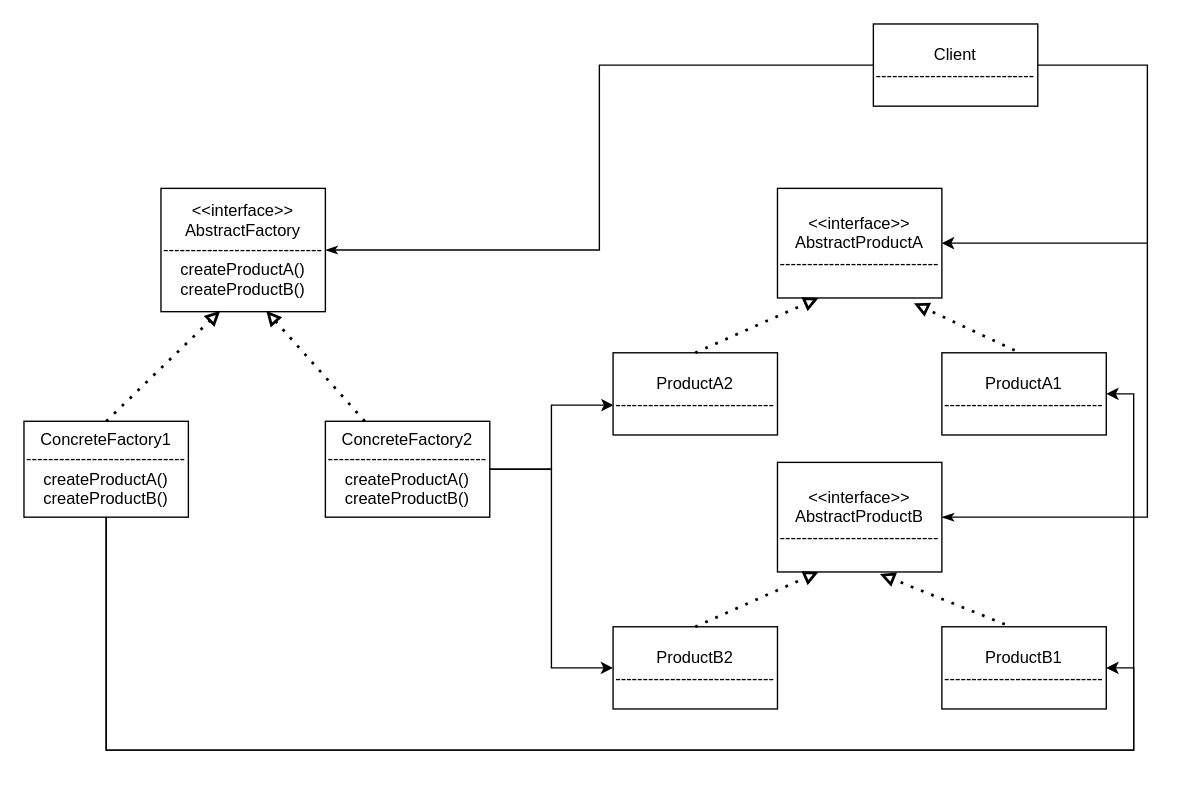
The draw.io diagram AbstractFactory.drawio in titcoi-eastlaos/diagrams-, before the edit. Source tidied: cells renumbered, new cells numbered last; positions are measured from the earlier drawing's top-left corner, leaving out a move shared by most shapes. Both pictures are drawn from the tidied source at 137%, with x=0, y=0 at pixel (23, 23).
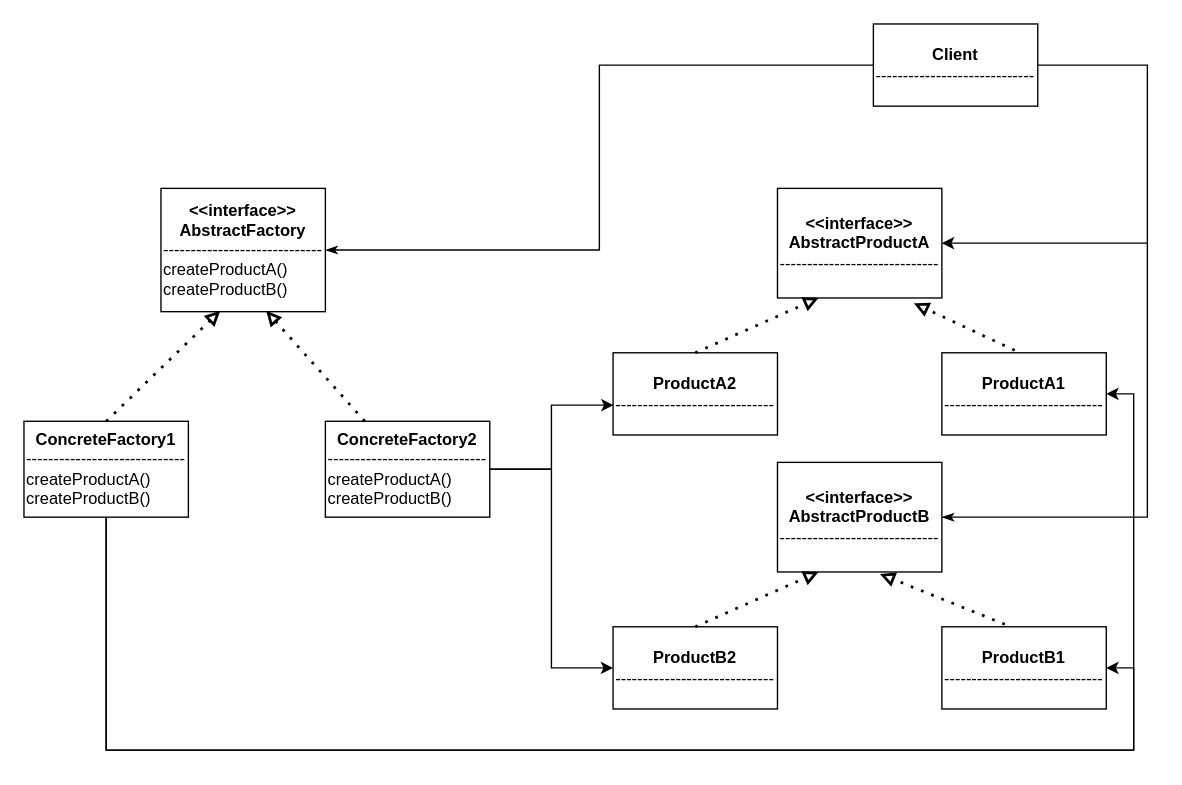
After the change.

Change to the diagram source:
```diff
@@
-    <mxCell id="2" value="&amp;lt;&amp;lt;interface&amp;gt;&amp;gt;&lt;br&gt;AbstractFactory&lt;br&gt;-----------------------------&lt;br&gt;createProductA()&lt;br&gt;createProductB()&lt;br&gt;" style="rounded=0;whiteSpace=wrap;html=1;" parent="1" vertex="1">
+    <mxCell id="2" value="&lt;b&gt;&amp;lt;&amp;lt;interface&amp;gt;&amp;gt;&lt;br&gt;AbstractFactory&lt;/b&gt;&lt;br&gt;-----------------------------&lt;br&gt;&lt;div style=&quot;text-align: left&quot;&gt;&lt;span&gt;createProductA()&lt;/span&gt;&lt;/div&gt;&lt;div style=&quot;text-align: left&quot;&gt;&lt;span&gt;createProductB()&lt;/span&gt;&lt;/div&gt;" style="rounded=0;whiteSpace=wrap;html=1;align=center;" parent="1" vertex="1">
       <mxGeometry x="100" y="120" width="120" height="90" as="geometry" />
     </mxCell>
-    <mxCell id="3" style="edgeStyle=orthogonalEdgeStyle;rounded=0;jettySize=auto;html=1;exitX=0.5;exitY=1;exitDx=0;exitDy=0;entryX=1;entryY=0.5;entryDx=0;entryDy=0;startArrow=none;startFill=0;endArrow=classic;endFill=1;" parent="1" edge="1" source="5" target="18">
+    <mxCell id="3" style="edgeStyle=orthogonalEdgeStyle;rounded=0;jettySize=auto;html=1;exitX=0.5;exitY=1;exitDx=0;exitDy=0;entryX=1;entryY=0.5;entryDx=0;entryDy=0;startArrow=none;startFill=0;endArrow=classic;endFill=1;align=center;" parent="1" edge="1" source="5" target="18">
       <mxGeometry relative="1" as="geometry">
         <Array as="points">
           <mxPoint x="60" y="530" />
           <mxPoint x="810" y="530" />
           <mxPoint x="810" y="470" />
         </Array>
       </mxGeometry>
     </mxCell>
-    <mxCell id="4" style="edgeStyle=orthogonalEdgeStyle;rounded=0;jettySize=auto;html=1;exitX=0.5;exitY=1;exitDx=0;exitDy=0;entryX=1;entryY=0.5;entryDx=0;entryDy=0;startArrow=none;startFill=0;endArrow=classic;endFill=1;" parent="1" edge="1" source="5" target="12">
+    <mxCell id="4" style="edgeStyle=orthogonalEdgeStyle;rounded=0;jettySize=auto;html=1;exitX=0.5;exitY=1;exitDx=0;exitDy=0;entryX=1;entryY=0.5;entryDx=0;entryDy=0;startArrow=none;startFill=0;endArrow=classic;endFill=1;align=center;" parent="1" edge="1" source="5" target="12">
       <mxGeometry relative="1" as="geometry">
         <Array as="points">
           <mxPoint x="60" y="530" />
           <mxPoint x="810" y="530" />
           <mxPoint x="810" y="270" />
         </Array>
       </mxGeometry>
     </mxCell>
-    <mxCell id="5" value="ConcreteFactory1&lt;br&gt;-----------------------------&lt;br&gt;createProductA()&lt;br&gt;createProductB()&lt;br&gt;" style="rounded=0;whiteSpace=wrap;html=1;" parent="1" vertex="1">
+    <mxCell id="5" value="&lt;b&gt;ConcreteFactory1&lt;/b&gt;&lt;br&gt;-----------------------------&lt;br&gt;&lt;div style=&quot;text-align: left&quot;&gt;&lt;span&gt;createProductA()&lt;/span&gt;&lt;/div&gt;&lt;div style=&quot;text-align: left&quot;&gt;&lt;span&gt;createProductB()&lt;/span&gt;&lt;/div&gt;" style="rounded=0;whiteSpace=wrap;html=1;align=center;" parent="1" vertex="1">
       <mxGeometry y="290" width="120" height="70" as="geometry" />
     </mxCell>
-    <mxCell id="6" style="edgeStyle=orthogonalEdgeStyle;rounded=0;jettySize=auto;html=1;exitX=0;exitY=0.5;exitDx=0;exitDy=0;entryX=1;entryY=0.5;entryDx=0;entryDy=0;endArrow=classicThin;endFill=1;" parent="1" edge="1" source="8" target="2">
+    <mxCell id="6" style="edgeStyle=orthogonalEdgeStyle;rounded=0;jettySize=auto;html=1;exitX=0;exitY=0.5;exitDx=0;exitDy=0;entryX=1;entryY=0.5;entryDx=0;entryDy=0;endArrow=classicThin;endFill=1;align=center;" parent="1" edge="1" source="8" target="2">
       <mxGeometry relative="1" as="geometry" />
     </mxCell>
-    <mxCell id="7" style="edgeStyle=orthogonalEdgeStyle;rounded=0;jettySize=auto;html=1;exitX=1;exitY=0.5;exitDx=0;exitDy=0;entryX=1;entryY=0.5;entryDx=0;entryDy=0;endArrow=classicThin;endFill=1;" parent="1" edge="1" source="8" target="16">
+    <mxCell id="7" style="edgeStyle=orthogonalEdgeStyle;rounded=0;jettySize=auto;html=1;exitX=1;exitY=0.5;exitDx=0;exitDy=0;entryX=1;entryY=0.5;entryDx=0;entryDy=0;endArrow=classicThin;endFill=1;align=center;" parent="1" edge="1" source="8" target="16">
       <mxGeometry relative="1" as="geometry">
         <Array as="points">
           <mxPoint x="820" y="30" />
           <mxPoint x="820" y="360" />
         </Array>
       </mxGeometry>
     </mxCell>
-    <mxCell id="8" value="Client&lt;br&gt;-----------------------------" style="rounded=0;whiteSpace=wrap;html=1;" parent="1" vertex="1">
+    <mxCell id="8" value="&lt;b&gt;Client&lt;/b&gt;&lt;br&gt;-----------------------------" style="rounded=0;whiteSpace=wrap;html=1;align=center;" parent="1" vertex="1">
       <mxGeometry x="620" width="120" height="60" as="geometry" />
     </mxCell>
-    <mxCell id="9" style="edgeStyle=orthogonalEdgeStyle;rounded=0;jettySize=auto;html=1;exitX=1;exitY=0.5;exitDx=0;exitDy=0;endArrow=none;endFill=0;startArrow=classic;startFill=1;" parent="1" edge="1" source="10">
+    <mxCell id="9" style="edgeStyle=orthogonalEdgeStyle;rounded=0;jettySize=auto;html=1;exitX=1;exitY=0.5;exitDx=0;exitDy=0;endArrow=none;endFill=0;startArrow=classic;startFill=1;align=center;" parent="1" edge="1" source="10">
       <mxGeometry relative="1" as="geometry">
         <mxPoint x="820" y="160" as="targetPoint" />
         <Array as="points">
           <mxPoint x="780" y="160" />
           <mxPoint x="780" y="160" />
         </Array>
       </mxGeometry>
     </mxCell>
-    <mxCell id="10" value="&amp;lt;&amp;lt;interface&amp;gt;&amp;gt;&lt;br&gt;AbstractProductA&lt;br&gt;-----------------------------&lt;br&gt;" style="rounded=0;whiteSpace=wrap;html=1;" parent="1" vertex="1">
+    <mxCell id="10" value="&lt;b&gt;&amp;lt;&amp;lt;interface&amp;gt;&amp;gt;&lt;br&gt;AbstractProductA&lt;/b&gt;&lt;br&gt;-----------------------------" style="rounded=0;whiteSpace=wrap;html=1;align=center;" parent="1" vertex="1">
       <mxGeometry x="550" y="120" width="120" height="80" as="geometry" />
     </mxCell>
-    <mxCell id="11" value="ProductA2&lt;br&gt;-----------------------------" style="rounded=0;whiteSpace=wrap;html=1;" parent="1" vertex="1">
+    <mxCell id="11" value="&lt;b&gt;ProductA2&lt;/b&gt;&lt;br&gt;-----------------------------" style="rounded=0;whiteSpace=wrap;html=1;align=center;" parent="1" vertex="1">
       <mxGeometry x="430" y="240" width="120" height="60" as="geometry" />
     </mxCell>
-    <mxCell id="12" value="ProductA1&lt;br&gt;-----------------------------" style="rounded=0;whiteSpace=wrap;html=1;" parent="1" vertex="1">
+    <mxCell id="12" value="&lt;b&gt;ProductA1&lt;br&gt;&lt;/b&gt;-----------------------------" style="rounded=0;whiteSpace=wrap;html=1;align=center;" parent="1" vertex="1">
       <mxGeometry x="670" y="240" width="120" height="60" as="geometry" />
     </mxCell>
-    <mxCell id="13" style="edgeStyle=orthogonalEdgeStyle;rounded=0;jettySize=auto;html=1;exitX=1;exitY=0.5;exitDx=0;exitDy=0;entryX=0.003;entryY=0.637;entryDx=0;entryDy=0;entryPerimeter=0;startArrow=none;startFill=0;endArrow=classic;endFill=1;" parent="1" edge="1" source="15" target="11">
+    <mxCell id="13" style="edgeStyle=orthogonalEdgeStyle;rounded=0;jettySize=auto;html=1;exitX=1;exitY=0.5;exitDx=0;exitDy=0;entryX=0.003;entryY=0.637;entryDx=0;entryDy=0;entryPerimeter=0;startArrow=none;startFill=0;endArrow=classic;endFill=1;align=center;" parent="1" edge="1" source="15" target="11">
       <mxGeometry relative="1" as="geometry">
         <Array as="points">
           <mxPoint x="385" y="325" />
           <mxPoint x="385" y="278" />
         </Array>
       </mxGeometry>
     </mxCell>
-    <mxCell id="14" style="edgeStyle=orthogonalEdgeStyle;rounded=0;jettySize=auto;html=1;exitX=1;exitY=0.5;exitDx=0;exitDy=0;entryX=0;entryY=0.5;entryDx=0;entryDy=0;startArrow=none;startFill=0;endArrow=classic;endFill=1;" parent="1" edge="1" source="15" target="17">
+    <mxCell id="14" style="edgeStyle=orthogonalEdgeStyle;rounded=0;jettySize=auto;html=1;exitX=1;exitY=0.5;exitDx=0;exitDy=0;entryX=0;entryY=0.5;entryDx=0;entryDy=0;startArrow=none;startFill=0;endArrow=classic;endFill=1;align=center;" parent="1" edge="1" source="15" target="17">
       <mxGeometry relative="1" as="geometry" />
     </mxCell>
-    <mxCell id="15" value="ConcreteFactory2&lt;br&gt;-----------------------------&lt;br&gt;createProductA()&lt;br&gt;createProductB()" style="rounded=0;whiteSpace=wrap;html=1;" parent="1" vertex="1">
+    <mxCell id="15" value="&lt;b&gt;ConcreteFactory2&lt;br&gt;&lt;/b&gt;-----------------------------&lt;br&gt;&lt;div style=&quot;text-align: left&quot;&gt;&lt;span&gt;createProductA()&lt;/span&gt;&lt;/div&gt;&lt;div style=&quot;text-align: left&quot;&gt;&lt;span&gt;createProductB()&lt;/span&gt;&lt;/div&gt;" style="rounded=0;whiteSpace=wrap;html=1;align=center;" parent="1" vertex="1">
       <mxGeometry x="220" y="290" width="120" height="70" as="geometry" />
     </mxCell>
-    <mxCell id="16" value="&amp;lt;&amp;lt;interface&amp;gt;&amp;gt;&lt;br&gt;AbstractProductB&lt;br&gt;-----------------------------" style="rounded=0;whiteSpace=wrap;html=1;" parent="1" vertex="1">
+    <mxCell id="16" value="&lt;b&gt;&amp;lt;&amp;lt;interface&amp;gt;&amp;gt;&lt;br&gt;AbstractProductB&lt;/b&gt;&lt;br&gt;-----------------------------" style="rounded=0;whiteSpace=wrap;html=1;align=center;" parent="1" vertex="1">
       <mxGeometry x="550" y="320" width="120" height="80" as="geometry" />
     </mxCell>
-    <mxCell id="17" value="ProductB2&lt;br&gt;-----------------------------" style="rounded=0;whiteSpace=wrap;html=1;" parent="1" vertex="1">
+    <mxCell id="17" value="&lt;b&gt;ProductB2&lt;/b&gt;&lt;br&gt;-----------------------------" style="rounded=0;whiteSpace=wrap;html=1;align=center;" parent="1" vertex="1">
       <mxGeometry x="430" y="440" width="120" height="60" as="geometry" />
     </mxCell>
-    <mxCell id="18" value="ProductB1&lt;br&gt;-----------------------------" style="rounded=0;whiteSpace=wrap;html=1;" parent="1" vertex="1">
+    <mxCell id="18" value="&lt;b&gt;ProductB1&lt;br&gt;&lt;/b&gt;-----------------------------" style="rounded=0;whiteSpace=wrap;html=1;align=center;" parent="1" vertex="1">
       <mxGeometry x="670" y="440" width="120" height="60" as="geometry" />
     </mxCell>
-    <mxCell id="19" style="endArrow=block;dashed=1;html=1;dashPattern=1 3;strokeWidth=2;rounded=0;exitX=0.5;exitY=0;exitDx=0;exitDy=0;entryX=0.36;entryY=0.993;entryDx=0;entryDy=0;entryPerimeter=0;endFill=0;" parent="1" edge="1" source="5" target="2">
+    <mxCell id="19" style="endArrow=block;dashed=1;html=1;dashPattern=1 3;strokeWidth=2;rounded=0;exitX=0.5;exitY=0;exitDx=0;exitDy=0;entryX=0.36;entryY=0.993;entryDx=0;entryDy=0;entryPerimeter=0;endFill=0;align=center;" parent="1" edge="1" source="5" target="2">
       <mxGeometry relative="1" as="geometry" />
     </mxCell>
-    <mxCell id="20" style="endArrow=block;dashed=1;html=1;dashPattern=1 3;strokeWidth=2;rounded=0;entryX=0.64;entryY=0.993;entryDx=0;entryDy=0;entryPerimeter=0;endFill=0;" parent="1" edge="1" source="15" target="2">
+    <mxCell id="20" style="endArrow=block;dashed=1;html=1;dashPattern=1 3;strokeWidth=2;rounded=0;entryX=0.64;entryY=0.993;entryDx=0;entryDy=0;entryPerimeter=0;endFill=0;align=center;" parent="1" edge="1" source="15" target="2">
       <mxGeometry relative="1" as="geometry" />
     </mxCell>
-    <mxCell id="21" style="endArrow=block;dashed=1;html=1;dashPattern=1 3;strokeWidth=2;rounded=0;entryX=0.25;entryY=1;entryDx=0;entryDy=0;exitX=0.5;exitY=0;exitDx=0;exitDy=0;endFill=0;" parent="1" edge="1" source="17" target="16">
+    <mxCell id="21" style="endArrow=block;dashed=1;html=1;dashPattern=1 3;strokeWidth=2;rounded=0;entryX=0.25;entryY=1;entryDx=0;entryDy=0;exitX=0.5;exitY=0;exitDx=0;exitDy=0;endFill=0;align=center;" parent="1" edge="1" source="17" target="16">
       <mxGeometry relative="1" as="geometry" />
     </mxCell>
-    <mxCell id="22" style="endArrow=block;dashed=1;html=1;dashPattern=1 3;strokeWidth=2;rounded=0;entryX=0.623;entryY=1.018;entryDx=0;entryDy=0;entryPerimeter=0;exitX=0.383;exitY=-0.03;exitDx=0;exitDy=0;exitPerimeter=0;endFill=0;" parent="1" edge="1" source="18" target="16">
+    <mxCell id="22" style="endArrow=block;dashed=1;html=1;dashPattern=1 3;strokeWidth=2;rounded=0;entryX=0.623;entryY=1.018;entryDx=0;entryDy=0;entryPerimeter=0;exitX=0.383;exitY=-0.03;exitDx=0;exitDy=0;exitPerimeter=0;endFill=0;align=center;" parent="1" edge="1" source="18" target="16">
       <mxGeometry relative="1" as="geometry" />
     </mxCell>
-    <mxCell id="23" style="endArrow=block;dashed=1;html=1;dashPattern=1 3;strokeWidth=2;rounded=0;exitX=0.5;exitY=0;exitDx=0;exitDy=0;entryX=0.25;entryY=1;entryDx=0;entryDy=0;endFill=0;" parent="1" edge="1" source="11" target="10">
+    <mxCell id="23" style="endArrow=block;dashed=1;html=1;dashPattern=1 3;strokeWidth=2;rounded=0;exitX=0.5;exitY=0;exitDx=0;exitDy=0;entryX=0.25;entryY=1;entryDx=0;entryDy=0;endFill=0;align=center;" parent="1" edge="1" source="11" target="10">
       <mxGeometry relative="1" as="geometry" />
     </mxCell>
-    <mxCell id="24" style="endArrow=block;dashed=1;html=1;dashPattern=1 3;strokeWidth=2;rounded=0;entryX=0.83;entryY=1.048;entryDx=0;entryDy=0;entryPerimeter=0;exitX=0.443;exitY=-0.03;exitDx=0;exitDy=0;exitPerimeter=0;endFill=0;" parent="1" edge="1" source="12" target="10">
+    <mxCell id="24" style="endArrow=block;dashed=1;html=1;dashPattern=1 3;strokeWidth=2;rounded=0;entryX=0.83;entryY=1.048;entryDx=0;entryDy=0;entryPerimeter=0;exitX=0.443;exitY=-0.03;exitDx=0;exitDy=0;exitPerimeter=0;endFill=0;align=center;" parent="1" edge="1" source="12" target="10">
       <mxGeometry relative="1" as="geometry" />
     </mxCell>
```
